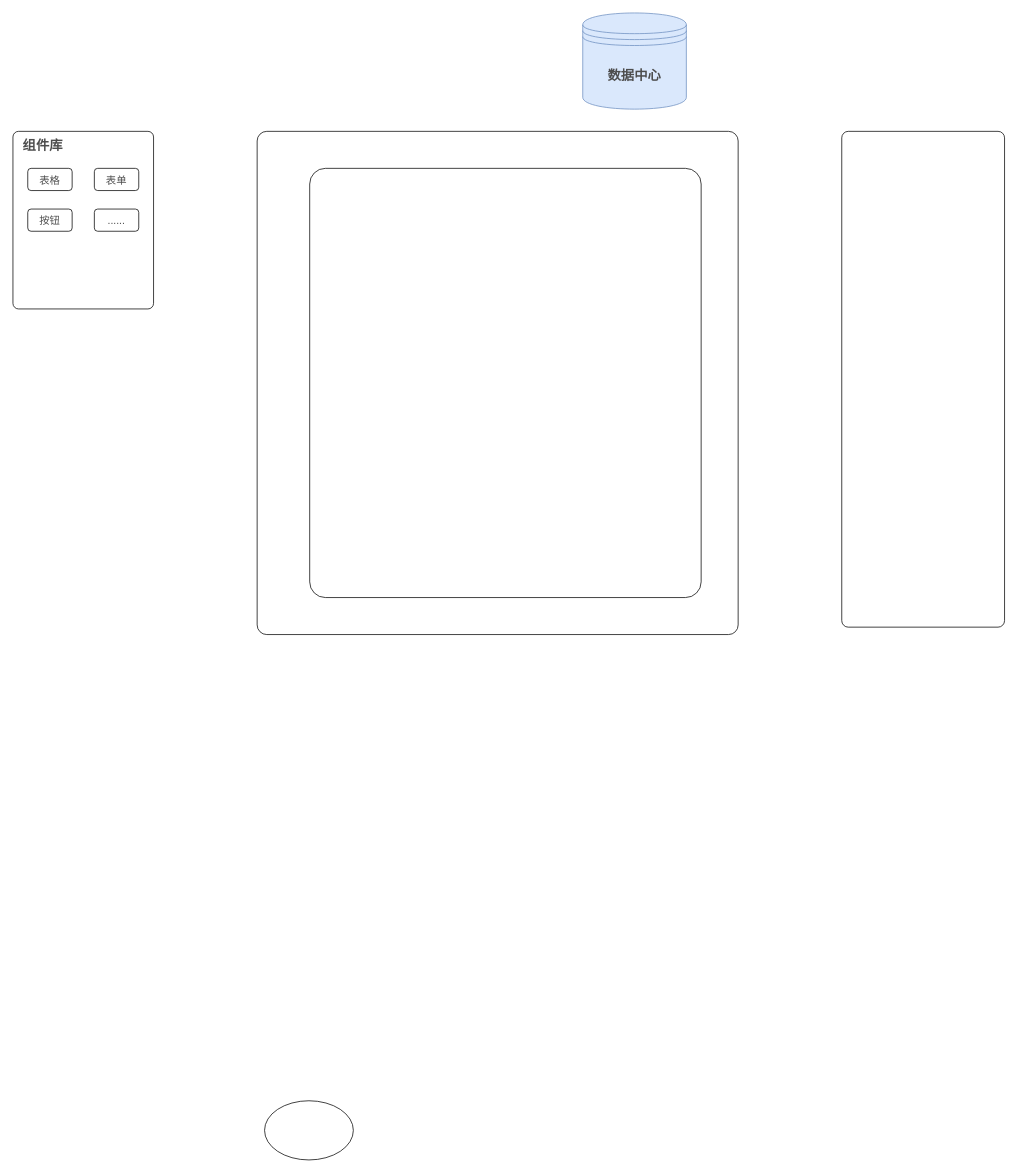
This is fragment-graph/页面设计器相关的零碎框框.drawio from liwangpu/leon-document-notes, a draw.io file, before an edit. Source tidied: cells renumbered, new cells numbered last; positions are measured from the earlier drawing's top-left corner, leaving out a move shared by most shapes. Both pictures are drawn from the tidied source at 74%, with x=0, y=0 at pixel (13, 13).
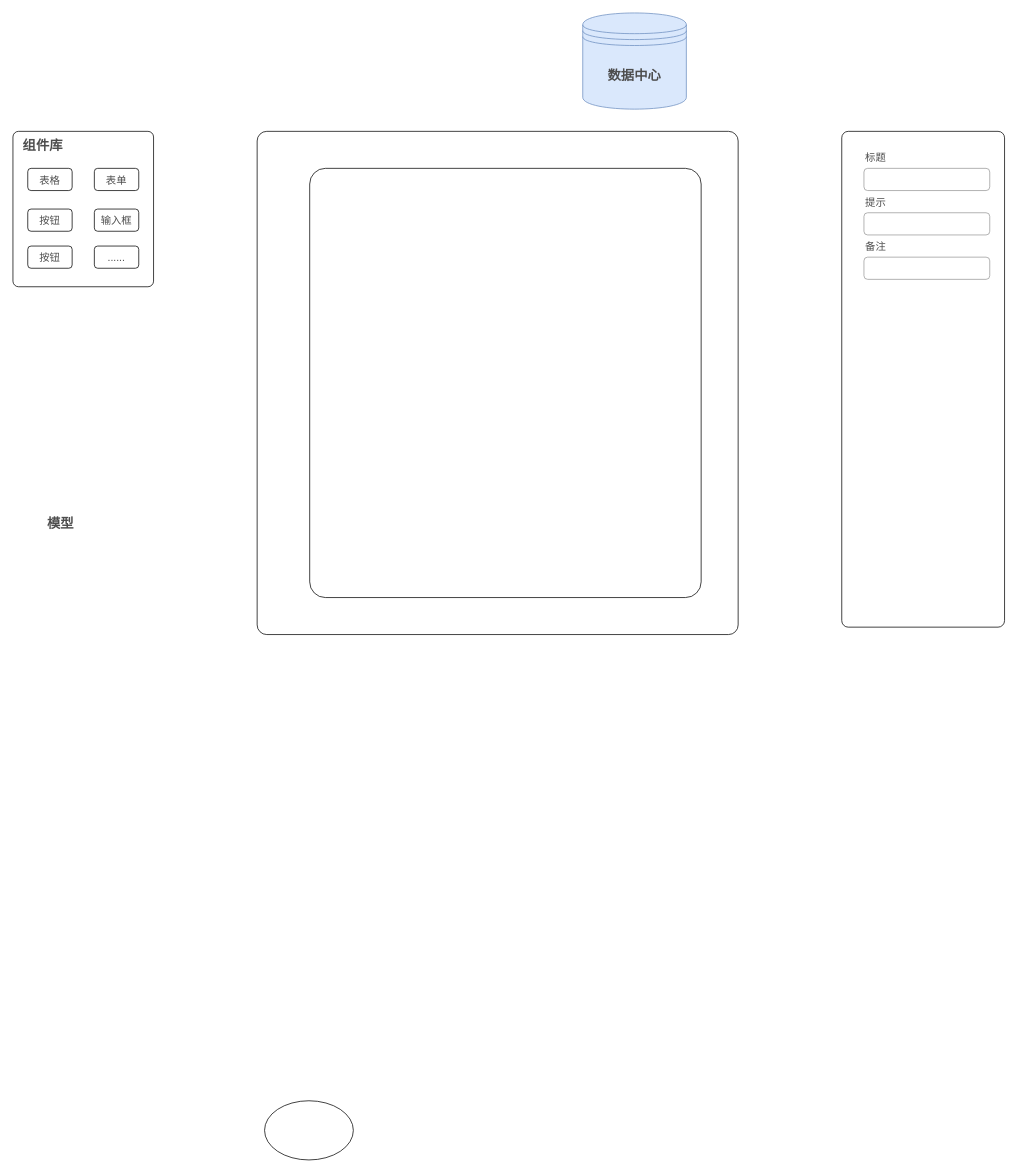
After the change.

Commit message (it also covers changes not shown here):
更新页面设计器相关的零碎框框.drawio

Diff of the diagram source:
```diff
@@
     <mxCell id="2" style="rounded=1;whiteSpace=wrap;html=1;arcSize=4;" parent="1" vertex="1">
-      <mxGeometry y="160" width="190" height="240" as="geometry" />
+      <mxGeometry y="160" width="190" height="210" as="geometry" />
     </mxCell>
@@
-    <mxCell id="11" value="&lt;font style=&quot;font-size: 14px;&quot;&gt;......&lt;/font&gt;" style="rounded=1;whiteSpace=wrap;html=1;fontSize=18;fontColor=#4D4D4D;" parent="1" vertex="1">
+    <mxCell id="11" value="&lt;font style=&quot;font-size: 14px;&quot;&gt;输入框&lt;/font&gt;" style="rounded=1;whiteSpace=wrap;html=1;fontSize=18;fontColor=#4D4D4D;" parent="1" vertex="1">
       <mxGeometry x="110" y="265" width="60" height="30" as="geometry" />
     </mxCell>
@@
+    <mxCell id="13" value="&lt;b&gt;模型&lt;/b&gt;" style="text;html=1;align=center;verticalAlign=middle;fillColor=none;strokeColor=none;rounded=0;fontSize=18;fontColor=#4D4D4D;" parent="1" vertex="1">
+      <mxGeometry x="34" y="670" width="60" height="40" as="geometry" />
+    </mxCell>
+    <mxCell id="14" style="group;" parent="1" vertex="1">
+      <mxGeometry x="1150" y="300" width="170" height="60" as="geometry" />
+    </mxCell>
+    <mxCell id="15" value="备注" style="fillColor=none;strokeColor=none;align=left;fontSize=14;rounded=1;fontColor=#4D4D4D;" parent="14" vertex="1">
+      <mxGeometry width="160" height="30" as="geometry" />
+    </mxCell>
+    <mxCell id="16" style="html=1;shadow=0;dashed=0;shape=mxgraph.bootstrap.rrect;rSize=5;fillColor=none;strokeColor=#999999;align=left;spacing=15;fontSize=14;fontColor=#6C767D;rounded=1;" parent="14" vertex="1">
+      <mxGeometry y="30" width="170" height="30" as="geometry" />
+    </mxCell>
+    <mxCell id="17" style="group;" parent="1" vertex="1">
+      <mxGeometry x="1150" y="180" width="170" height="60" as="geometry" />
+    </mxCell>
+    <mxCell id="18" value="标题" style="fillColor=none;strokeColor=none;align=left;fontSize=14;rounded=1;fontColor=#4D4D4D;" parent="17" vertex="1">
+      <mxGeometry width="160" height="30" as="geometry" />
+    </mxCell>
+    <mxCell id="19" style="html=1;shadow=0;dashed=0;shape=mxgraph.bootstrap.rrect;rSize=5;fillColor=none;strokeColor=#999999;align=left;spacing=15;fontSize=14;fontColor=#6C767D;rounded=1;" parent="17" vertex="1">
+      <mxGeometry y="30" width="170" height="30" as="geometry" />
+    </mxCell>
+    <mxCell id="20" style="group;" parent="1" vertex="1">
+      <mxGeometry x="1150" y="240" width="170" height="60" as="geometry" />
+    </mxCell>
+    <mxCell id="21" value="提示" style="fillColor=none;strokeColor=none;align=left;fontSize=14;rounded=1;fontColor=#4D4D4D;" parent="20" vertex="1">
+      <mxGeometry width="160" height="30" as="geometry" />
+    </mxCell>
+    <mxCell id="22" style="html=1;shadow=0;dashed=0;shape=mxgraph.bootstrap.rrect;rSize=5;fillColor=none;strokeColor=#999999;align=left;spacing=15;fontSize=14;fontColor=#6C767D;rounded=1;" parent="20" vertex="1">
+      <mxGeometry y="30" width="170" height="30" as="geometry" />
+    </mxCell>
+    <mxCell id="23" value="&lt;font style=&quot;font-size: 14px;&quot;&gt;......&lt;/font&gt;" style="rounded=1;whiteSpace=wrap;html=1;fontSize=18;fontColor=#4D4D4D;" parent="1" vertex="1">
+      <mxGeometry x="110" y="315" width="60" height="30" as="geometry" />
+    </mxCell>
+    <mxCell id="24" value="&lt;span style=&quot;font-size: 14px;&quot;&gt;按钮&lt;/span&gt;" style="rounded=1;whiteSpace=wrap;html=1;fontSize=18;fontColor=#4D4D4D;" parent="1" vertex="1">
+      <mxGeometry x="20" y="315" width="60" height="30" as="geometry" />
+    </mxCell>
```
